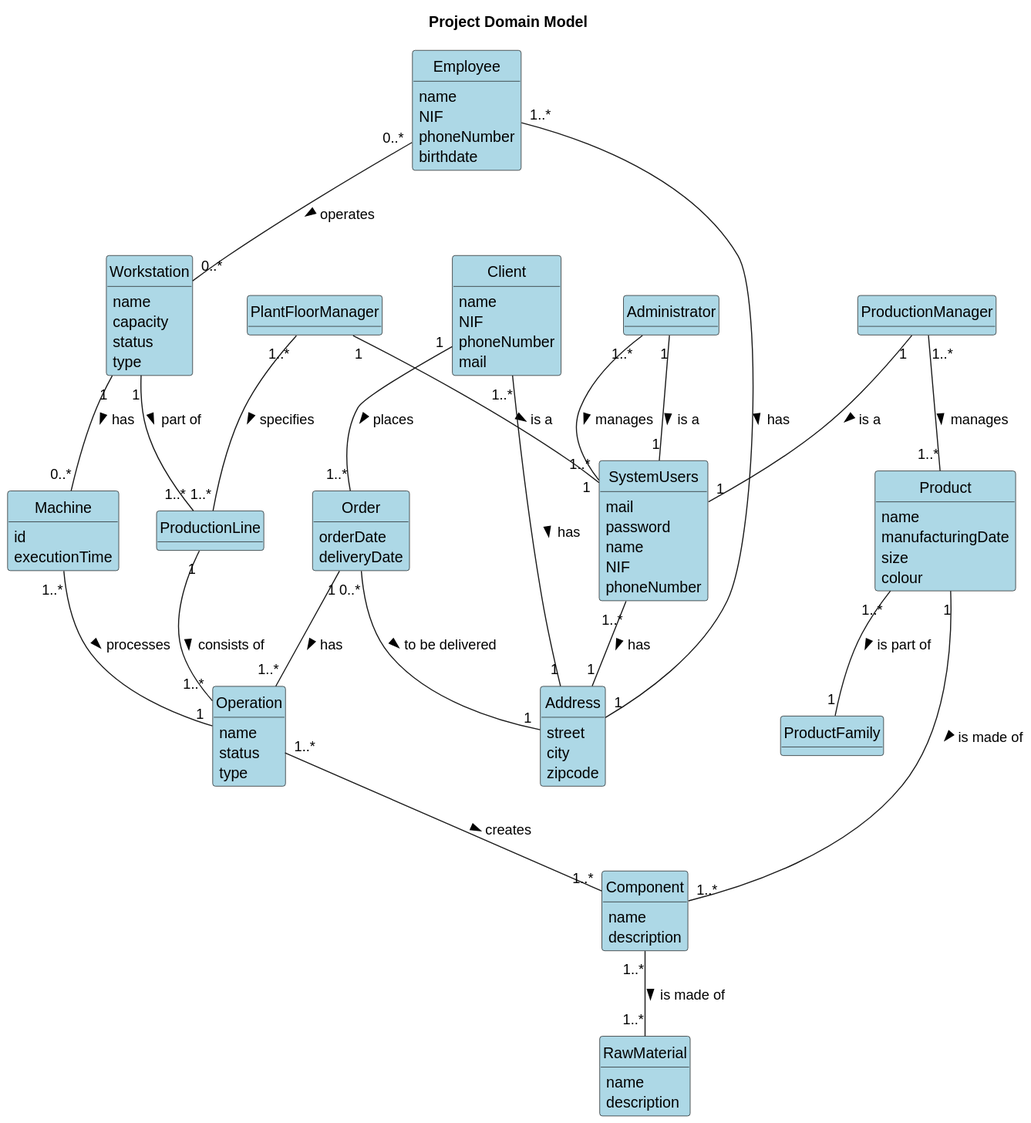
Before: others/documentation/global-artifacts/svg/domain-model-Project_Domain_Model.svg, a diagram exported from PlantUML (ricardomm7/buildflow). The source it was exported from:
```plantuml
@startuml
skinparam classBackgroundColor #ADD8E6
skinparam packageStyle rectangle
skinparam shadowing false
skinparam classAttributeIconSize 0
hide circle
hide methods

title Project Domain Model

class ProductionLine{

}
class Administrator{

}
class SystemUsers{
    mail
    password
    name
    NIF
    phoneNumber
}
class PlantFloorManager{

}
class ProductionManager{

}

class RawMaterial {
    name
    description
}

class Product {
    name
    manufacturingDate
    size
    colour
}

class Component {
    name
    description
}

class Machine {
    id
    executionTime
}

class Employee {
    name
    NIF
    phoneNumber
    birthdate
}

class Operation {
    name
    status
    type
}

class Workstation {
    name
    capacity
    status
    type
}


class Order {
    product(s)
    orderDate
    deliveryDate
}

class Client {
    name
    NIF
    phoneNumber
    mail
}

class Address {
    street
    city
    zipcode
}

class ProductFamily {

}

Administrator"1" -- "1" SystemUsers: is a >
ProductionManager"1" -- "1" SystemUsers: is a >
PlantFloorManager"1" -- "1" SystemUsers: is a >
Administrator"1..*" -- "1..*" SystemUsers: manages >
PlantFloorManager"1..*" -- "1..*" ProductionLine: specifies >
Workstation "1" -- "0..*" Machine: has >
ProductionManager "1..*" -- "1..*" Product: manages >
Component "1..*" -- "1..*" RawMaterial: is made of >
Product "1" -- "1..*" Component : is made of >
Operation "1..*" -- "1..*" Component : creates >
Order "1" -- "1..*" Operation : has >
Client "1" -- "1..*" Order : places >
Machine "1..*" -- "1" Operation : processes >
Employee "0..*" -- "0..*" Workstation : operates >
Workstation "1" -- "1..*" ProductionLine : part of >

Client "1..*" -- "1" Address : has >
Order "0..*" -- "1" Address : to be delivered >
Employee "1..*" -- "1" Address : has >
SystemUsers "1..*" -- "1" Address : has >

Product "1..*" -- "1" ProductFamily : is part of >
ProductionLine "1" -- "1..*" Operation : consists of >
@enduml
```
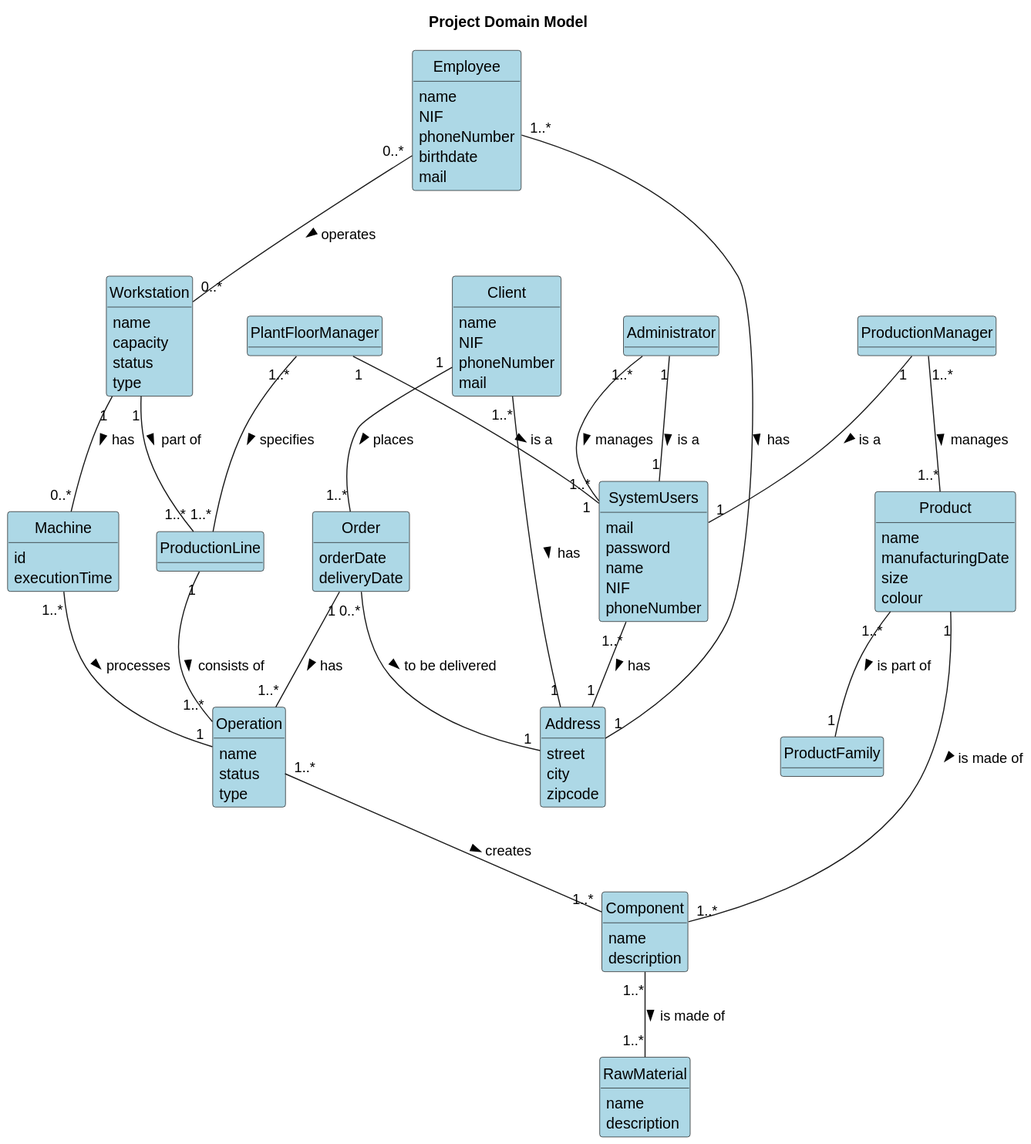
After the change.

What changed in the source:
```diff
@@ -55,6 +55,7 @@
     NIF
     phoneNumber
     birthdate
+    mail
 }
 
 class Operation {
```
